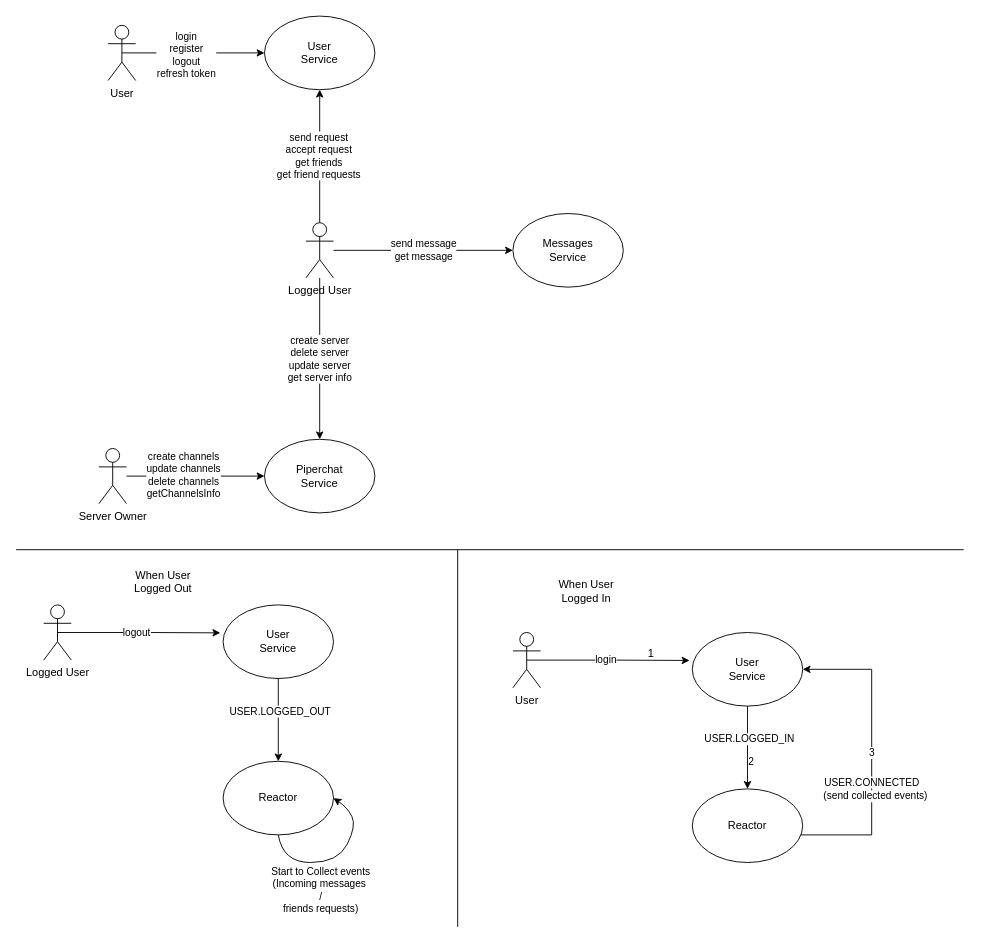
Earlier version of the draw.io diagram page "Casi d'uso" (8 of 8) of piperchat.drawio (zucchero-sintattico/piperchat). Source tidied: cells renumbered, new cells numbered last; positions are measured from the earlier drawing's top-left corner, leaving out a move shared by most shapes. Both pictures are drawn from the tidied source at 92%, with x=0, y=0 at pixel (16, 16).
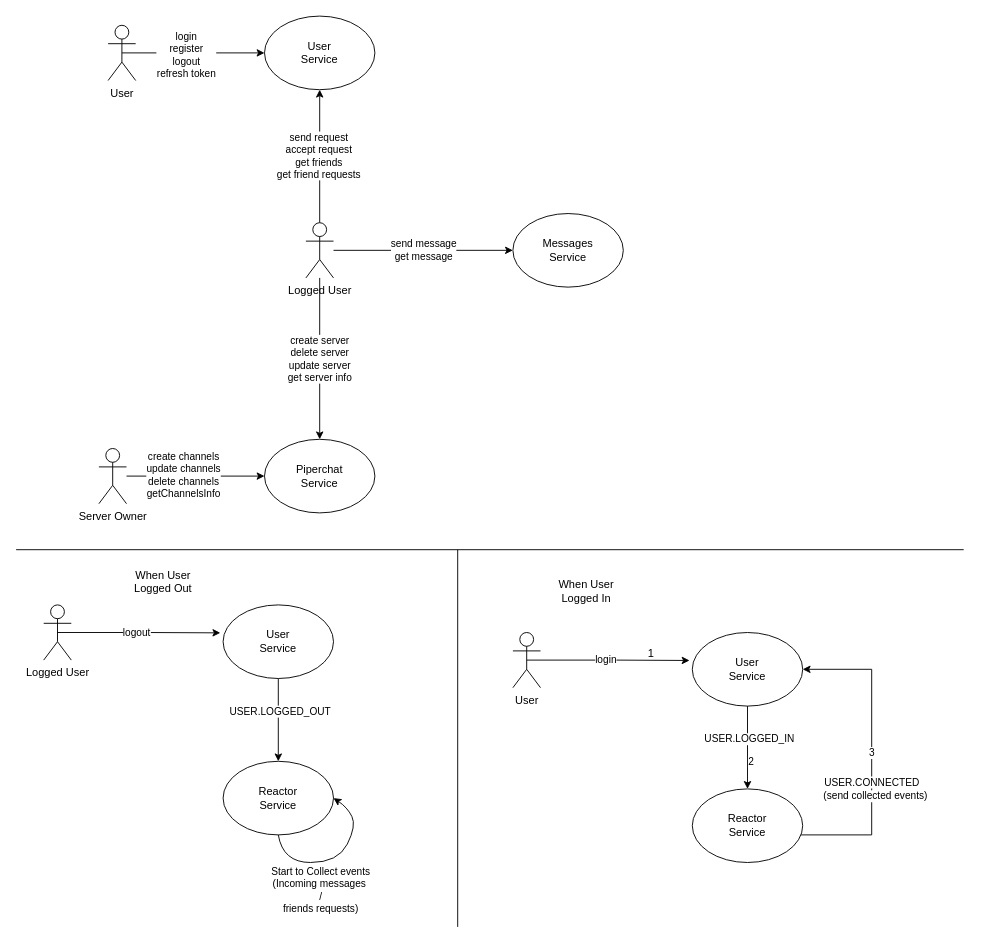
After the change.

Commit message:
refactor login/logout graph

The edit, as a diff of the source:
```diff
@@
-    <mxCell id="24" value="Reactor" style="ellipse;whiteSpace=wrap;html=1;" parent="1" vertex="1">
+    <mxCell id="24" value="Reactor&lt;br&gt;Service" style="ellipse;whiteSpace=wrap;html=1;" parent="1" vertex="1">
       <mxGeometry x="225" y="810" width="120" height="80" as="geometry" />
     </mxCell>
@@
-    <mxCell id="39" value="Reactor" style="ellipse;whiteSpace=wrap;html=1;" parent="1" vertex="1">
+    <mxCell id="39" value="Reactor&lt;br&gt;Service" style="ellipse;whiteSpace=wrap;html=1;" parent="1" vertex="1">
       <mxGeometry x="735" y="840" width="120" height="80" as="geometry" />
     </mxCell>
```
